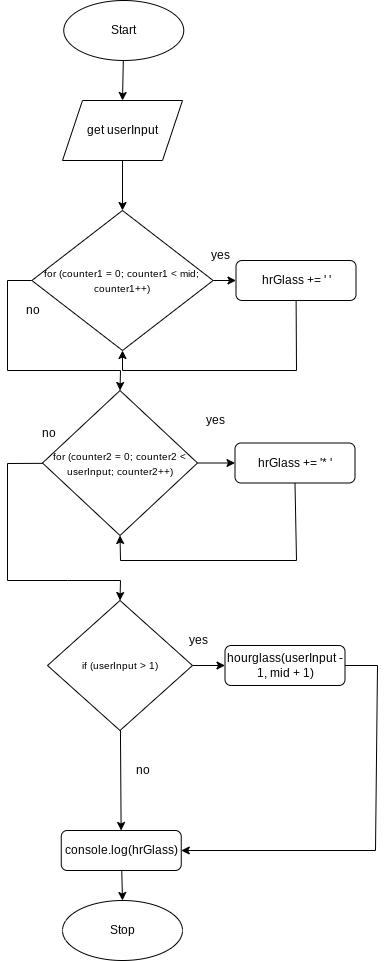
Earlier version of the draw.io export Drawio/Flowchart.png (JacksonNaufal/ics4u-assignment-4-typescript). Source tidied: cells renumbered, new cells last; positions are measured from the earlier drawing's top-left corner, leaving out a move shared by most shapes.
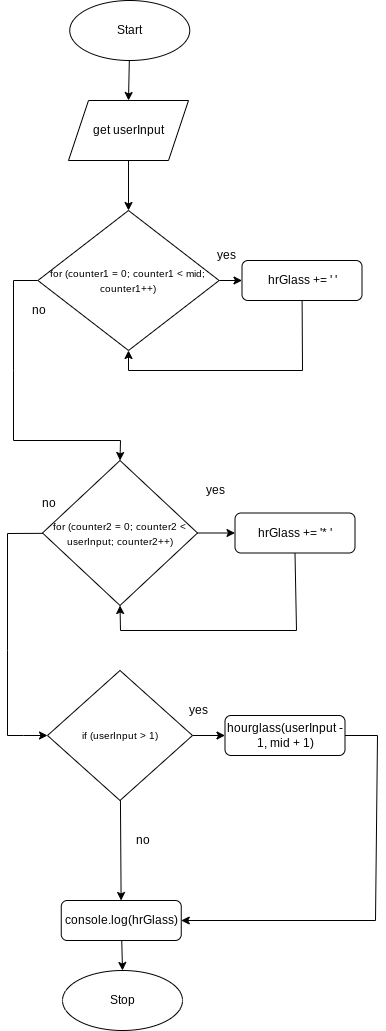
The same file after the commit.

Diff of the diagram source:
```diff
@@ -6,7 +6,7 @@
       <mxGeometry relative="1" as="geometry" />
     </mxCell>
     <mxCell id="3" value="Start" style="ellipse;whiteSpace=wrap;html=1;" parent="1" vertex="1">
-      <mxGeometry x="56.2" width="120" height="60" as="geometry" />
+      <mxGeometry x="62.2" y="-70" width="120" height="60" as="geometry" />
     </mxCell>
     <mxCell id="4" value="Stop" style="ellipse;whiteSpace=wrap;html=1;" parent="1" vertex="1">
       <mxGeometry x="55" y="900" width="120" height="60" as="geometry" />
@@ -14,8 +14,9 @@
     <mxCell id="5" style="edgeStyle=none;html=1;exitX=0;exitY=0.5;exitDx=0;exitDy=0;entryX=0.5;entryY=0;entryDx=0;entryDy=0;rounded=0;" parent="1" edge="1" source="7" target="10">
       <mxGeometry relative="1" as="geometry">
         <Array as="points">
-          <mxPoint y="280" />
-          <mxPoint y="370" />
+          <mxPoint x="6" y="210" />
+          <mxPoint x="6" y="300" />
+          <mxPoint x="6" y="370" />
           <mxPoint x="113" y="370" />
         </Array>
       </mxGeometry>
@@ -24,18 +25,18 @@
       <mxGeometry relative="1" as="geometry" />
     </mxCell>
     <mxCell id="7" value="&lt;font style=&quot;font-size: 10px&quot;&gt;for (counter1 = 0; counter1 &amp;lt; mid; counter1++)&lt;/font&gt;" style="rhombus;whiteSpace=wrap;html=1;" parent="1" vertex="1">
-      <mxGeometry x="24.4" y="210" width="181.2" height="140" as="geometry" />
+      <mxGeometry x="30.4" y="140" width="181.2" height="140" as="geometry" />
     </mxCell>
     <mxCell id="8" style="edgeStyle=none;rounded=0;html=1;entryX=0;entryY=0.5;entryDx=0;entryDy=0;endArrow=classic;endFill=1;" parent="1" edge="1" source="10" target="22">
       <mxGeometry relative="1" as="geometry" />
     </mxCell>
-    <mxCell id="9" style="edgeStyle=none;rounded=0;html=1;entryX=0.5;entryY=0;entryDx=0;entryDy=0;endArrow=classic;endFill=1;" parent="1" edge="1" source="10" target="13">
+    <mxCell id="9" style="edgeStyle=none;rounded=0;html=1;entryX=0;entryY=0.5;entryDx=0;entryDy=0;endArrow=classic;endFill=1;" parent="1" edge="1" source="10" target="13">
       <mxGeometry relative="1" as="geometry">
         <Array as="points">
           <mxPoint y="463" />
           <mxPoint y="580" />
-          <mxPoint x="60" y="580" />
-          <mxPoint x="113" y="580" />
+          <mxPoint y="665" />
+          <mxPoint x="16" y="665" />
         </Array>
       </mxGeometry>
     </mxCell>
@@ -52,7 +53,7 @@
       <mxGeometry x="40" y="600" width="145" height="130" as="geometry" />
     </mxCell>
     <mxCell id="14" value="no" style="text;html=1;align=center;verticalAlign=middle;strokeColor=none;fillColor=none;" parent="1" vertex="1">
-      <mxGeometry x="10" y="300" width="30" height="20" as="geometry" />
+      <mxGeometry x="16" y="230" width="30" height="20" as="geometry" />
     </mxCell>
     <mxCell id="15" value="no" style="text;html=1;align=center;verticalAlign=middle;strokeColor=none;fillColor=none;" parent="1" vertex="1">
       <mxGeometry x="26.2" y="422.5" width="30" height="20" as="geometry" />
@@ -61,7 +62,7 @@
       <mxGeometry x="120" y="760" width="30" height="20" as="geometry" />
     </mxCell>
     <mxCell id="17" value="yes" style="text;html=1;align=center;verticalAlign=middle;strokeColor=none;fillColor=none;" parent="1" vertex="1">
-      <mxGeometry x="197.5" y="245" width="30" height="20" as="geometry" />
+      <mxGeometry x="203.5" y="175" width="30" height="20" as="geometry" />
     </mxCell>
     <mxCell id="18" value="yes" style="text;html=1;align=center;verticalAlign=middle;strokeColor=none;fillColor=none;" parent="1" vertex="1">
       <mxGeometry x="192.5" y="410" width="30" height="20" as="geometry" />
@@ -69,13 +70,13 @@
     <mxCell id="19" style="edgeStyle=none;rounded=0;html=1;entryX=0.5;entryY=1;entryDx=0;entryDy=0;" parent="1" edge="1" source="20" target="7">
       <mxGeometry relative="1" as="geometry">
         <Array as="points">
-          <mxPoint x="289" y="370" />
-          <mxPoint x="115" y="370" />
+          <mxPoint x="295" y="300" />
+          <mxPoint x="121" y="300" />
         </Array>
       </mxGeometry>
     </mxCell>
     <mxCell id="20" value="hrGlass += ' '" style="rounded=1;whiteSpace=wrap;html=1;" parent="1" vertex="1">
-      <mxGeometry x="228.5" y="260" width="120" height="40" as="geometry" />
+      <mxGeometry x="234.5" y="190" width="120" height="40" as="geometry" />
     </mxCell>
     <mxCell id="21" style="edgeStyle=none;rounded=0;html=1;endArrow=classic;endFill=1;entryX=0.5;entryY=1;entryDx=0;entryDy=0;exitX=0.5;exitY=1;exitDx=0;exitDy=0;" parent="1" edge="1" source="22" target="10">
       <mxGeometry relative="1" as="geometry">
@@ -109,7 +110,7 @@
       <mxGeometry relative="1" as="geometry" />
     </mxCell>
     <mxCell id="28" value="get userInput" style="shape=parallelogram;perimeter=parallelogramPerimeter;whiteSpace=wrap;html=1;fixedSize=1;" parent="1" vertex="1">
-      <mxGeometry x="55" y="100" width="120" height="60" as="geometry" />
+      <mxGeometry x="61" y="30" width="120" height="60" as="geometry" />
     </mxCell>
     <mxCell id="29" value="yes" style="text;html=1;align=center;verticalAlign=middle;strokeColor=none;fillColor=none;" parent="1" vertex="1">
       <mxGeometry x="176.2" y="630" width="30" height="20" as="geometry" />
```
